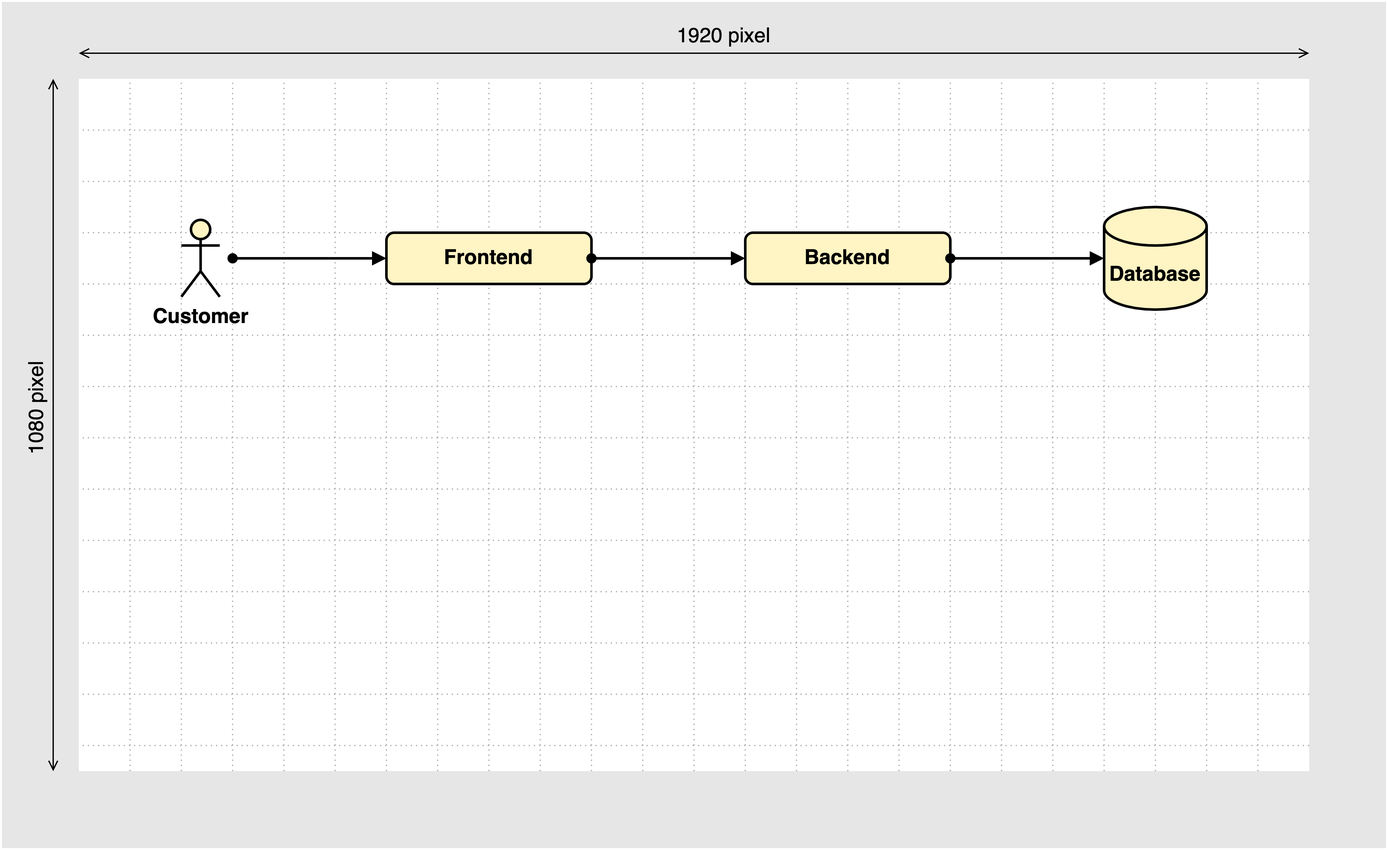
Before: diagrams/canvas-guideline_infinite-space_3.png, a diagram exported from draw.io (martinleggewie/visual-tips-for-creating-schematic-diagrams). Source tidied: cells renumbered, new cells last; positions are measured from the earlier drawing's top-left corner, leaving out a move shared by most shapes.
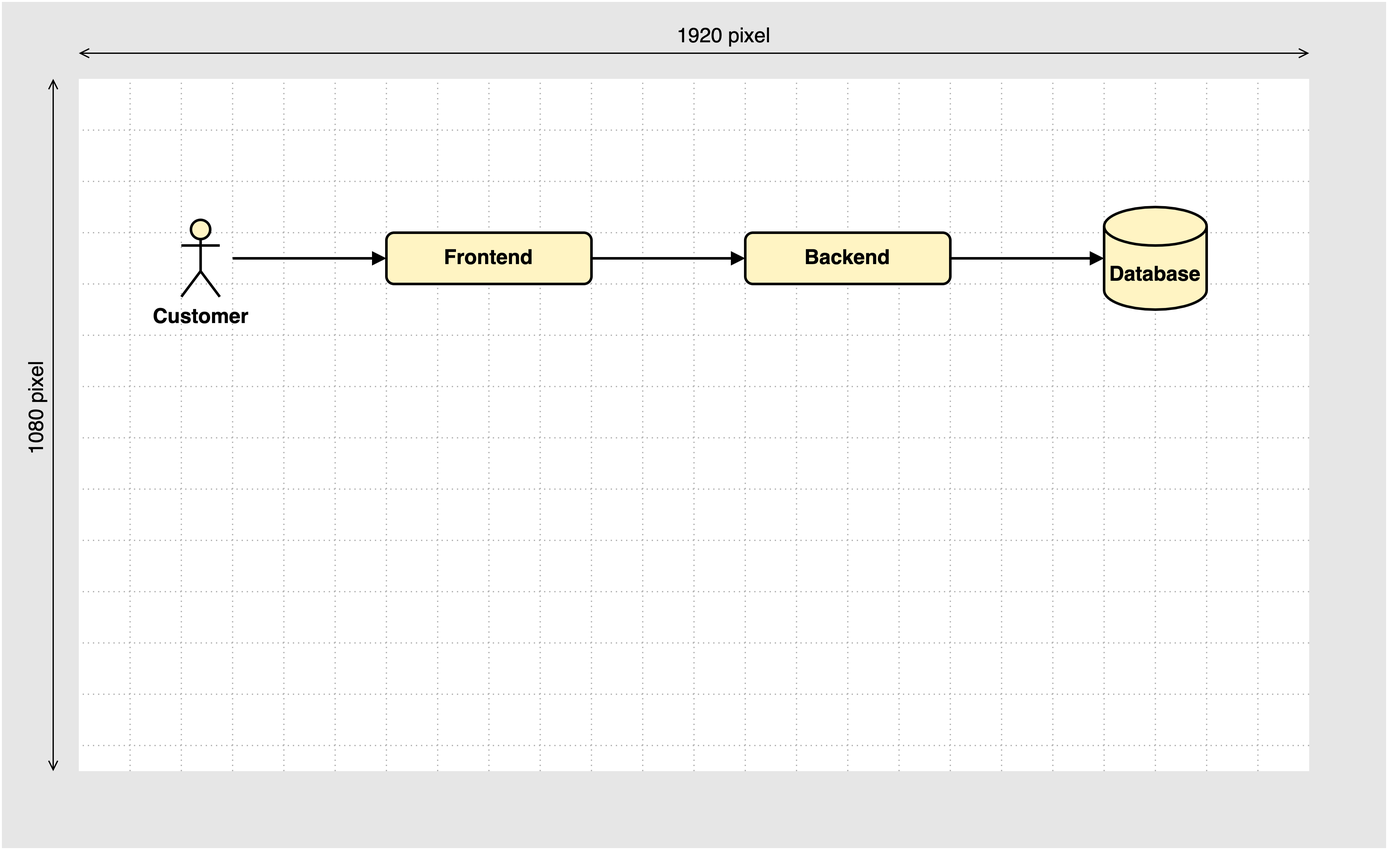
After the change.

The edit, as a diff of the source:
```diff
@@ -250,10 +250,10 @@
     <mxCell id="47" value="Backend" style="rounded=1;whiteSpace=wrap;html=1;strokeWidth=2;fontSize=16;fontStyle=1;fillColor=#FFF4C3;" parent="45" vertex="1">
       <mxGeometry x="580" y="180" width="160" height="40" as="geometry" />
     </mxCell>
-    <mxCell id="48" style="rounded=0;jettySize=auto;html=1;fontSize=16;endArrow=block;endFill=1;startArrow=oval;startFill=1;strokeWidth=2;" parent="45" edge="1" source="46" target="47">
+    <mxCell id="48" style="rounded=0;jettySize=auto;html=1;fontSize=16;endArrow=block;endFill=1;startArrow=none;startFill=0;strokeWidth=2;" parent="45" edge="1" source="46" target="47">
       <mxGeometry relative="1" as="geometry" />
     </mxCell>
-    <mxCell id="49" style="edgeStyle=none;rounded=0;jettySize=auto;html=1;startArrow=oval;startFill=1;endArrow=block;endFill=1;strokeWidth=2;fontSize=16;" parent="45" edge="1" target="46">
+    <mxCell id="49" style="edgeStyle=none;rounded=0;jettySize=auto;html=1;startArrow=none;startFill=0;endArrow=block;endFill=1;strokeWidth=2;fontSize=16;" parent="45" edge="1" target="46">
       <mxGeometry relative="1" as="geometry">
         <mxPoint x="180" y="200" as="sourcePoint" />
       </mxGeometry>
@@ -264,7 +264,7 @@
     <mxCell id="51" value="Database" style="shape=cylinder3;whiteSpace=wrap;html=1;boundedLbl=1;backgroundOutline=1;size=15;strokeWidth=2;fontSize=16;verticalAlign=middle;labelPosition=center;verticalLabelPosition=middle;align=center;fontStyle=1;fillColor=#FFF4C3;" parent="45" vertex="1">
       <mxGeometry x="860" y="160" width="80" height="80" as="geometry" />
     </mxCell>
-    <mxCell id="52" style="edgeStyle=none;rounded=0;jettySize=auto;html=1;startArrow=oval;startFill=1;endArrow=block;endFill=1;strokeWidth=2;fontSize=16;" parent="45" edge="1" source="47" target="51">
+    <mxCell id="52" style="edgeStyle=none;rounded=0;jettySize=auto;html=1;startArrow=none;startFill=0;endArrow=block;endFill=1;strokeWidth=2;fontSize=16;" parent="45" edge="1" source="47" target="51">
       <mxGeometry relative="1" as="geometry" />
     </mxCell>
   </root>
```
